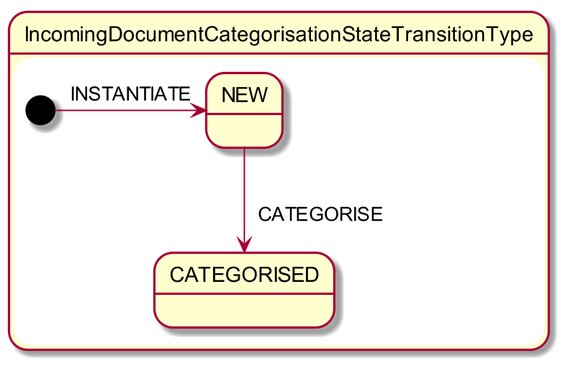
estatio/estatio keeps this PlantUML diagram as adocs/documentation/src/main/asciidoc/document-categorisation-state-chart.png. Above is the earlier version.
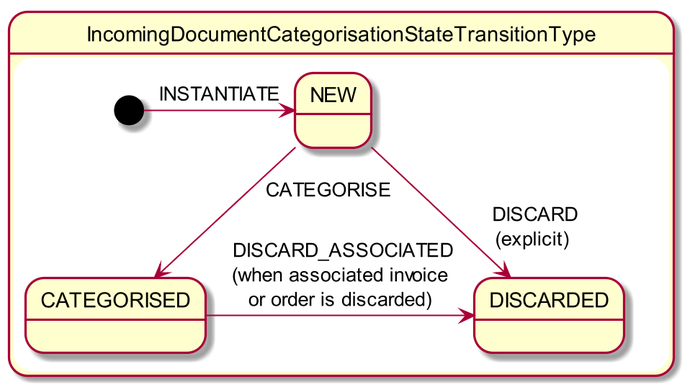
The same file after the commit.

What changed in the source:
```diff
@@ -5,8 +5,11 @@
 
     state "NEW" as idc_new
     state "CATEGORISED" as idc_c
+    state "DISCARDED" as idc_d
 
     [*] -right-> idc_new: INSTANTIATE
-    idc_new -down-> idc_c : \n  CATEGORISE
+    idc_new -down-> idc_c : CATEGORISE\n\n
+    idc_c -right-> idc_d : \n  DISCARD_ASSOCIATED \n(when associated invoice\nor order is discarded)
+    idc_new --> idc_d : \n  DISCARD\n (explicit)
 }
 @enduml
```
